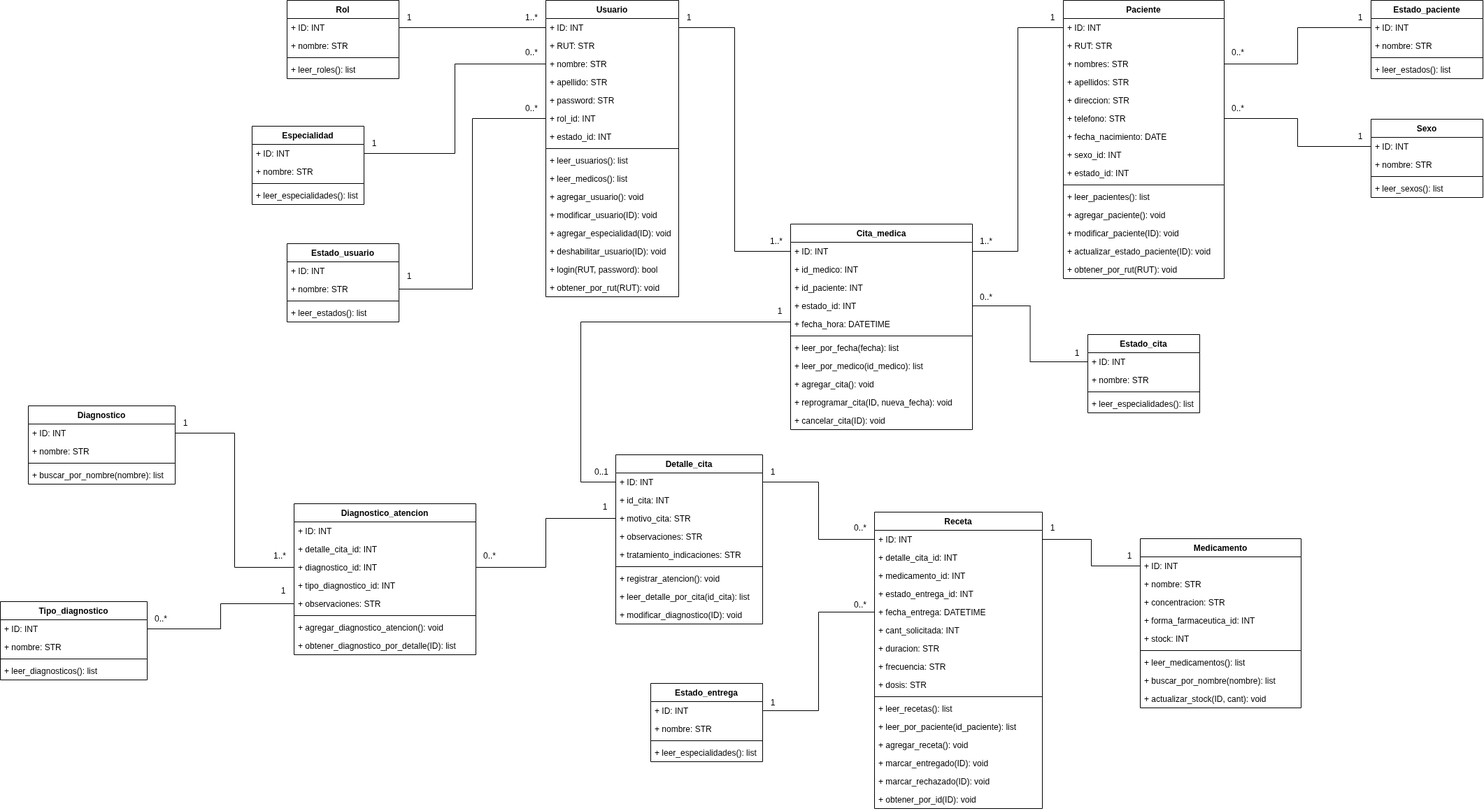
Earlier version of the draw.io export docs/UML.png (MarcoAntaniom/PyCesfam). Source tidied: cells renumbered, new cells last; positions are measured from the earlier drawing's top-left corner, leaving out a move shared by most shapes.
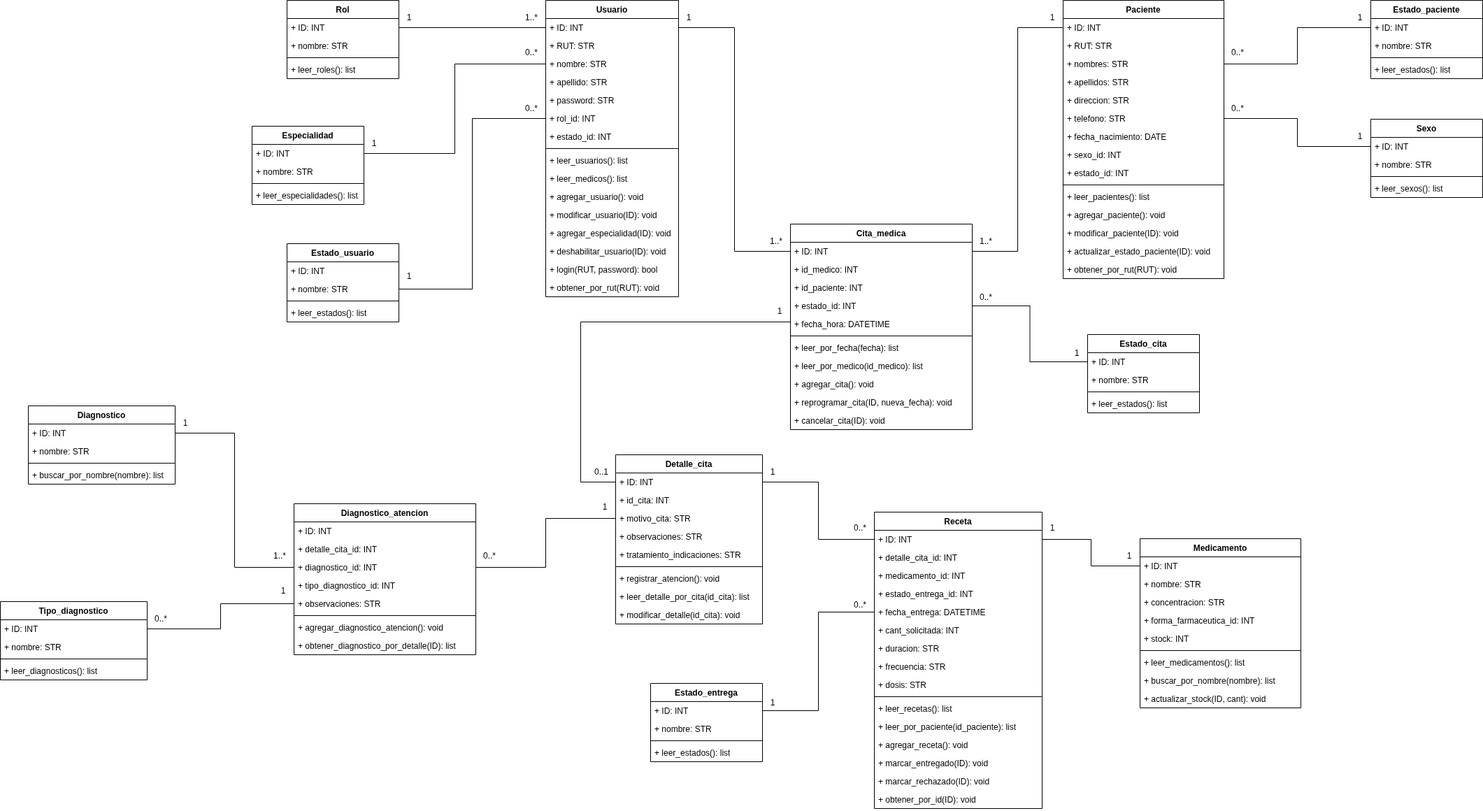
The same diagram one commit later.

Commit message:
Modelo Detalle_cita

Se crea el modelo Detalle_cita que permite registrar la atención, aún no cambia el estado de la cita médica.

The edit, as a diff of the source:
```diff
@@ -245,7 +245,7 @@
     <mxCell id="82" value="+ leer_detalle_por_cita(id_cita): list" style="text;strokeColor=none;fillColor=none;align=left;verticalAlign=top;spacingLeft=4;spacingRight=4;overflow=hidden;whiteSpace=wrap;html=1;" parent="74" vertex="1">
       <mxGeometry y="190" width="210" height="26" as="geometry" />
     </mxCell>
-    <mxCell id="83" value="+ modificar_diagnostico(ID): void" style="text;strokeColor=none;fillColor=none;align=left;verticalAlign=top;spacingLeft=4;spacingRight=4;overflow=hidden;whiteSpace=wrap;html=1;" parent="74" vertex="1">
+    <mxCell id="83" value="+ modificar_detalle(id_cita): void" style="text;strokeColor=none;fillColor=none;align=left;verticalAlign=top;spacingLeft=4;spacingRight=4;overflow=hidden;whiteSpace=wrap;html=1;" parent="74" vertex="1">
       <mxGeometry y="216" width="210" height="26" as="geometry" />
     </mxCell>
     <mxCell id="84" value="Rol" style="swimlane;fontStyle=1;align=center;verticalAlign=top;horizontal=1;startSize=26;whiteSpace=wrap;html=1;" parent="1" vertex="1">
@@ -515,7 +515,7 @@
     <mxCell id="170" style="line;strokeWidth=1;fillColor=none;align=left;verticalAlign=middle;spacingTop=-1;spacingLeft=3;spacingRight=3;labelPosition=right;strokeColor=inherit;" parent="167" vertex="1">
       <mxGeometry y="78" width="160" height="8" as="geometry" />
     </mxCell>
-    <mxCell id="171" value="+ leer_especialidades(): list" style="text;strokeColor=none;fillColor=none;align=left;verticalAlign=top;spacingLeft=4;spacingRight=4;overflow=hidden;whiteSpace=wrap;html=1;" parent="167" vertex="1">
+    <mxCell id="171" value="+ leer_estados(): list" style="text;strokeColor=none;fillColor=none;align=left;verticalAlign=top;spacingLeft=4;spacingRight=4;overflow=hidden;whiteSpace=wrap;html=1;" parent="167" vertex="1">
       <mxGeometry y="86" width="160" height="26" as="geometry" />
     </mxCell>
     <mxCell id="172" style="edgeStyle=orthogonalEdgeStyle;rounded=0;jettySize=auto;html=1;exitX=1;exitY=0.5;exitDx=0;exitDy=0;entryX=0;entryY=0.5;entryDx=0;entryDy=0;endArrow=none;endFill=0;" parent="1" edge="1" source="23" target="168">
@@ -539,7 +539,7 @@
     <mxCell id="178" style="line;strokeWidth=1;fillColor=none;align=left;verticalAlign=middle;spacingTop=-1;spacingLeft=3;spacingRight=3;labelPosition=right;strokeColor=inherit;" parent="175" vertex="1">
       <mxGeometry y="78" width="160" height="8" as="geometry" />
     </mxCell>
-    <mxCell id="179" value="+ leer_especialidades(): list" style="text;strokeColor=none;fillColor=none;align=left;verticalAlign=top;spacingLeft=4;spacingRight=4;overflow=hidden;whiteSpace=wrap;html=1;" parent="175" vertex="1">
+    <mxCell id="179" value="+ leer_estados(): list" style="text;strokeColor=none;fillColor=none;align=left;verticalAlign=top;spacingLeft=4;spacingRight=4;overflow=hidden;whiteSpace=wrap;html=1;" parent="175" vertex="1">
       <mxGeometry y="86" width="160" height="26" as="geometry" />
     </mxCell>
     <mxCell id="180" style="edgeStyle=orthogonalEdgeStyle;rounded=0;jettySize=auto;html=1;exitX=0;exitY=0.5;exitDx=0;exitDy=0;entryX=1;entryY=0.5;entryDx=0;entryDy=0;endArrow=none;endFill=0;" parent="1" edge="1" source="52" target="176">
```
